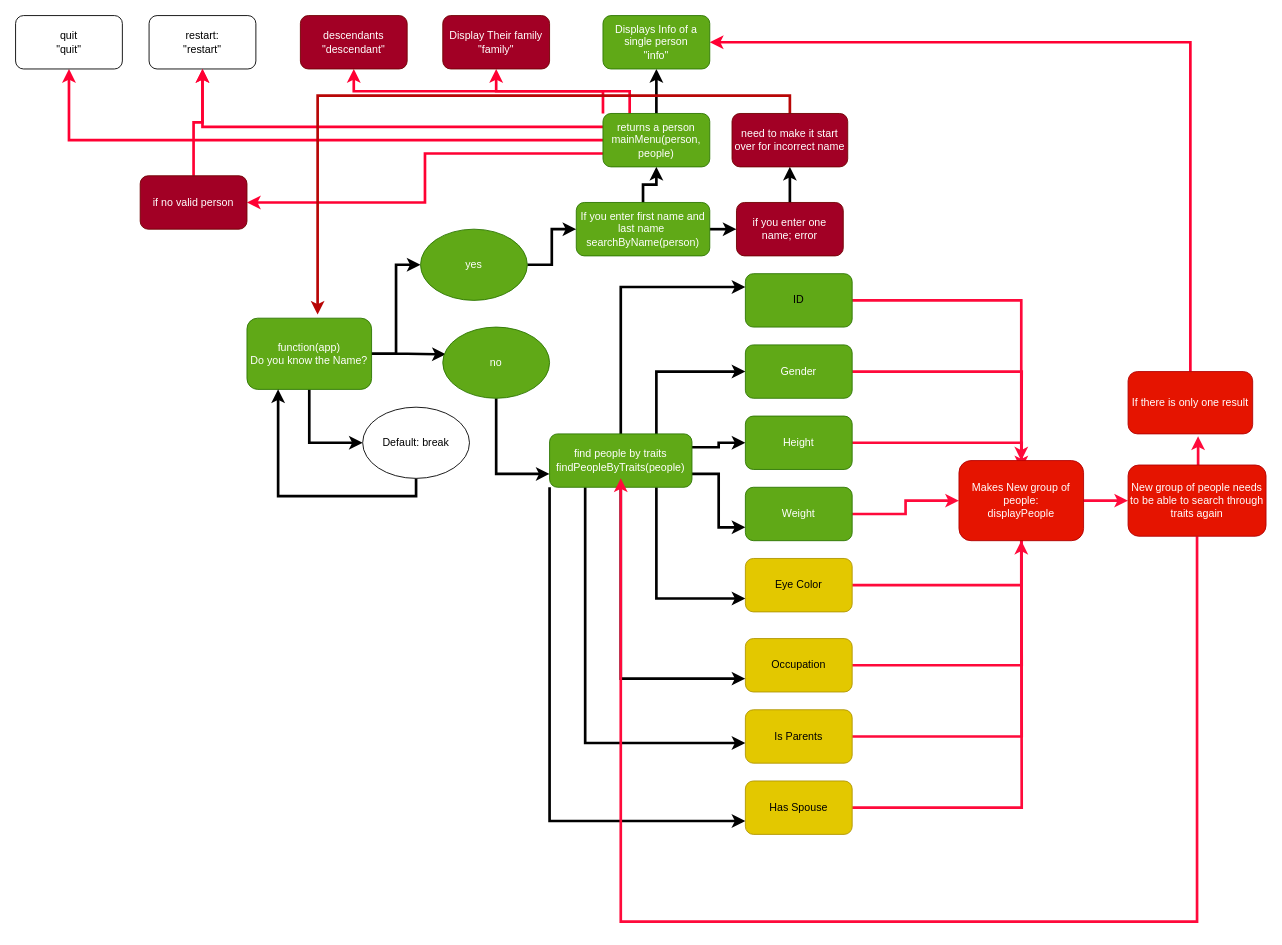
MichaelBHerman/MostWanted keeps this draw.io diagram as App Map.drawio. Above is the earlier version. Source tidied: cells renumbered, new cells numbered last; positions are measured from the earlier drawing's top-left corner, leaving out a move shared by most shapes. Both pictures are drawn from the tidied source at 89%, with x=0, y=0 at pixel (15, 15).
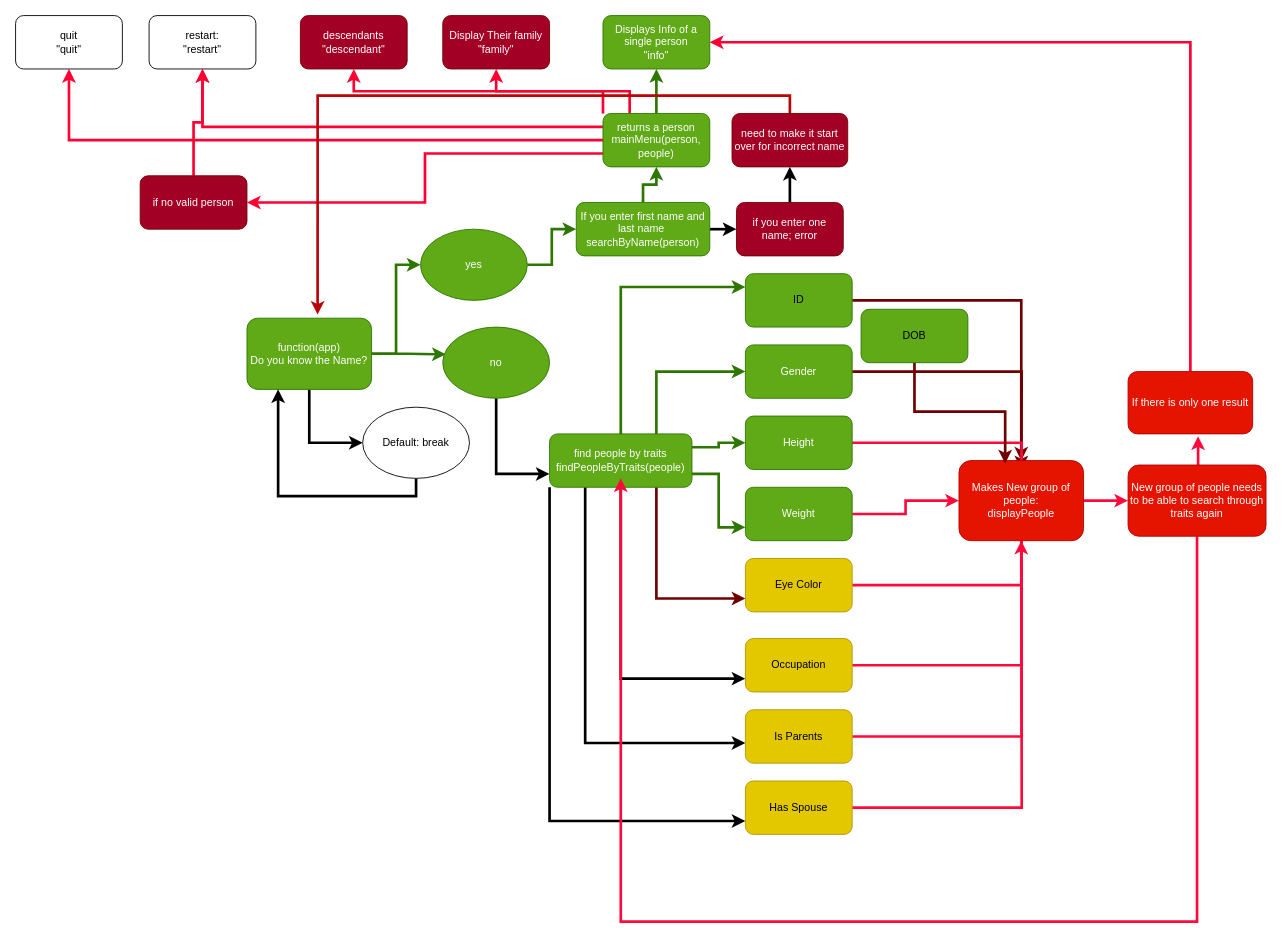
The same page after the edit.

Unchanged cells that the change refers to:
```xml
<mxCell id="5" value="function(app)&lt;br&gt;Do you know the Name?" style="rounded=1;whiteSpace=wrap;html=1;fillColor=#60a917;strokeColor=#2D7600;fontColor=#ffffff;" parent="1" vertex="1">
  <mxGeometry x="260" y="340" width="140" height="80" as="geometry" />
</mxCell>
<mxCell id="7" value="yes" style="ellipse;whiteSpace=wrap;html=1;fillColor=#60a917;strokeColor=#2D7600;fontColor=#ffffff;" parent="1" vertex="1">
  <mxGeometry x="455" y="240" width="120" height="80" as="geometry" />
</mxCell>
<mxCell id="9" value="no" style="ellipse;whiteSpace=wrap;html=1;fillColor=#60a917;strokeColor=#2D7600;fontColor=#ffffff;" parent="1" vertex="1">
  <mxGeometry x="480" y="350" width="120" height="80" as="geometry" />
</mxCell>
<mxCell id="20" value="find people by traits&lt;br&gt;findPeopleByTraits(people)" style="rounded=1;whiteSpace=wrap;html=1;fillColor=#60a917;strokeColor=#2D7600;fontColor=#ffffff;" parent="1" vertex="1">
  <mxGeometry x="600" y="470" width="160" height="60" as="geometry" />
</mxCell>
<mxCell id="23" value="If you enter first name and last name&amp;nbsp;&lt;br&gt;searchByName(person)" style="rounded=1;whiteSpace=wrap;html=1;fillColor=#60a917;strokeColor=#2D7600;fontColor=#ffffff;" parent="1" vertex="1">
  <mxGeometry x="630" y="210" width="150" height="60" as="geometry" />
</mxCell>
<mxCell id="30" value="returns a person&lt;br&gt;mainMenu(person, people)" style="rounded=1;whiteSpace=wrap;html=1;fillColor=#60a917;strokeColor=#2D7600;fontColor=#ffffff;" parent="1" vertex="1">
  <mxGeometry x="660" y="110" width="120" height="60" as="geometry" />
</mxCell>
<mxCell id="36" value="&lt;font color=&quot;#000000&quot;&gt;ID&lt;/font&gt;" style="rounded=1;whiteSpace=wrap;html=1;fillColor=#60a917;strokeColor=#2D7600;fontColor=#ffffff;" parent="1" vertex="1">
  <mxGeometry x="820" y="290" width="120" height="60" as="geometry" />
</mxCell>
<mxCell id="38" value="Gender" style="rounded=1;whiteSpace=wrap;html=1;fillColor=#60a917;strokeColor=#2D7600;fontColor=#ffffff;" parent="1" vertex="1">
  <mxGeometry x="820" y="370" width="120" height="60" as="geometry" />
</mxCell>
<mxCell id="40" value="&lt;font&gt;Height&lt;/font&gt;" style="rounded=1;whiteSpace=wrap;html=1;strokeColor=#2D7600;fillColor=#60a917;fontColor=#ffffff;" parent="1" vertex="1">
  <mxGeometry x="820" y="450" width="120" height="60" as="geometry" />
</mxCell>
<mxCell id="42" value="&lt;font&gt;Weight&lt;/font&gt;" style="rounded=1;whiteSpace=wrap;html=1;strokeColor=#2D7600;fillColor=#60a917;fontColor=#ffffff;" parent="1" vertex="1">
  <mxGeometry x="820" y="530" width="120" height="60" as="geometry" />
</mxCell>
<mxCell id="44" value="&lt;font color=&quot;#000000&quot;&gt;Eye Color&lt;/font&gt;" style="rounded=1;whiteSpace=wrap;html=1;fillColor=#e3c800;strokeColor=#B09500;fontColor=#000000;" parent="1" vertex="1">
  <mxGeometry x="820" y="610" width="120" height="60" as="geometry" />
</mxCell>
<mxCell id="52" value="Makes New group of people:&lt;br&gt;displayPeople" style="rounded=1;whiteSpace=wrap;html=1;fillColor=#e51400;strokeColor=#B20000;fontColor=#ffffff;" parent="1" vertex="1">
  <mxGeometry x="1060" y="500" width="140" height="90" as="geometry" />
</mxCell>
<mxCell id="58" value="Displays Info of a single person&lt;br&gt;&quot;info&quot;" style="rounded=1;whiteSpace=wrap;html=1;fillColor=#60a917;strokeColor=#2D7600;fontColor=#ffffff;" parent="1" vertex="1">
  <mxGeometry x="660" width="120" height="60" as="geometry" />
</mxCell>
```

What changed in the source:
```diff
@@
-    <mxCell id="2" style="edgeStyle=orthogonalEdgeStyle;rounded=0;jettySize=auto;html=1;exitX=1;exitY=0.5;exitDx=0;exitDy=0;entryX=0.028;entryY=0.383;entryDx=0;entryDy=0;entryPerimeter=0;strokeWidth=3;" parent="1" edge="1" source="5" target="9">
+    <mxCell id="2" style="edgeStyle=orthogonalEdgeStyle;rounded=0;jettySize=auto;html=1;exitX=1;exitY=0.5;exitDx=0;exitDy=0;entryX=0.028;entryY=0.383;entryDx=0;entryDy=0;entryPerimeter=0;strokeWidth=3;fillColor=#60a917;strokeColor=#2D7600;" parent="1" edge="1" source="5" target="9">
       <mxGeometry relative="1" as="geometry" />
     </mxCell>
@@
-    <mxCell id="4" style="edgeStyle=orthogonalEdgeStyle;rounded=0;jettySize=auto;html=1;exitX=1;exitY=0.5;exitDx=0;exitDy=0;entryX=0;entryY=0.5;entryDx=0;entryDy=0;strokeColor=#000000;strokeWidth=3;" parent="1" edge="1" source="5" target="7">
+    <mxCell id="4" style="edgeStyle=orthogonalEdgeStyle;rounded=0;jettySize=auto;html=1;exitX=1;exitY=0.5;exitDx=0;exitDy=0;entryX=0;entryY=0.5;entryDx=0;entryDy=0;strokeColor=#2D7600;strokeWidth=3;fillColor=#60a917;" parent="1" edge="1" source="5" target="7">
       <mxGeometry relative="1" as="geometry" />
     </mxCell>
@@
-    <mxCell id="6" style="edgeStyle=orthogonalEdgeStyle;rounded=0;jettySize=auto;html=1;strokeWidth=3;" parent="1" edge="1" source="7" target="23">
+    <mxCell id="6" style="edgeStyle=orthogonalEdgeStyle;rounded=0;jettySize=auto;html=1;strokeWidth=3;fillColor=#60a917;strokeColor=#2D7600;" parent="1" edge="1" source="7" target="23">
       <mxGeometry relative="1" as="geometry" />
     </mxCell>
@@
-    <mxCell id="15" style="edgeStyle=orthogonalEdgeStyle;rounded=0;jettySize=auto;html=1;exitX=0.75;exitY=1;exitDx=0;exitDy=0;entryX=0;entryY=0.75;entryDx=0;entryDy=0;strokeColor=#000000;strokeWidth=3;" parent="1" edge="1" source="20" target="44">
+    <mxCell id="15" style="edgeStyle=orthogonalEdgeStyle;rounded=0;jettySize=auto;html=1;exitX=0.75;exitY=1;exitDx=0;exitDy=0;entryX=0;entryY=0.75;entryDx=0;entryDy=0;strokeColor=#6F0000;strokeWidth=3;fillColor=#a20025;" parent="1" edge="1" source="20" target="44">
       <mxGeometry relative="1" as="geometry" />
     </mxCell>
-    <mxCell id="16" style="edgeStyle=orthogonalEdgeStyle;rounded=0;jettySize=auto;html=1;exitX=1;exitY=0.75;exitDx=0;exitDy=0;entryX=0;entryY=0.75;entryDx=0;entryDy=0;strokeColor=#000000;strokeWidth=3;" parent="1" edge="1" source="20" target="42">
+    <mxCell id="16" style="edgeStyle=orthogonalEdgeStyle;rounded=0;jettySize=auto;html=1;exitX=1;exitY=0.75;exitDx=0;exitDy=0;entryX=0;entryY=0.75;entryDx=0;entryDy=0;strokeColor=#2D7600;strokeWidth=3;fillColor=#60a917;" parent="1" edge="1" source="20" target="42">
       <mxGeometry relative="1" as="geometry" />
     </mxCell>
-    <mxCell id="17" style="edgeStyle=orthogonalEdgeStyle;rounded=0;jettySize=auto;html=1;exitX=1;exitY=0.25;exitDx=0;exitDy=0;strokeColor=#000000;strokeWidth=3;" parent="1" edge="1" source="20" target="40">
+    <mxCell id="17" style="edgeStyle=orthogonalEdgeStyle;rounded=0;jettySize=auto;html=1;exitX=1;exitY=0.25;exitDx=0;exitDy=0;strokeColor=#2D7600;strokeWidth=3;fillColor=#60a917;" parent="1" edge="1" source="20" target="40">
       <mxGeometry relative="1" as="geometry" />
     </mxCell>
-    <mxCell id="18" style="edgeStyle=orthogonalEdgeStyle;rounded=0;jettySize=auto;html=1;exitX=0.75;exitY=0;exitDx=0;exitDy=0;entryX=0;entryY=0.5;entryDx=0;entryDy=0;strokeColor=#000000;strokeWidth=3;" parent="1" edge="1" source="20" target="38">
+    <mxCell id="18" style="edgeStyle=orthogonalEdgeStyle;rounded=0;jettySize=auto;html=1;exitX=0.75;exitY=0;exitDx=0;exitDy=0;entryX=0;entryY=0.5;entryDx=0;entryDy=0;strokeColor=#2D7600;strokeWidth=3;fillColor=#60a917;" parent="1" edge="1" source="20" target="38">
       <mxGeometry relative="1" as="geometry" />
     </mxCell>
-    <mxCell id="19" style="edgeStyle=orthogonalEdgeStyle;rounded=0;jettySize=auto;html=1;exitX=0.5;exitY=0;exitDx=0;exitDy=0;entryX=0;entryY=0.25;entryDx=0;entryDy=0;strokeColor=#000000;strokeWidth=3;" parent="1" edge="1" source="20" target="36">
+    <mxCell id="19" style="edgeStyle=orthogonalEdgeStyle;rounded=0;jettySize=auto;html=1;exitX=0.5;exitY=0;exitDx=0;exitDy=0;entryX=0;entryY=0.25;entryDx=0;entryDy=0;strokeColor=#2D7600;strokeWidth=3;fillColor=#60a917;" parent="1" edge="1" source="20" target="36">
       <mxGeometry relative="1" as="geometry" />
     </mxCell>
@@
-    <mxCell id="22" style="edgeStyle=orthogonalEdgeStyle;rounded=0;jettySize=auto;html=1;exitX=0.5;exitY=0;exitDx=0;exitDy=0;entryX=0.5;entryY=1;entryDx=0;entryDy=0;strokeWidth=3;" parent="1" edge="1" source="23" target="30">
+    <mxCell id="22" style="edgeStyle=orthogonalEdgeStyle;rounded=0;jettySize=auto;html=1;exitX=0.5;exitY=0;exitDx=0;exitDy=0;entryX=0.5;entryY=1;entryDx=0;entryDy=0;strokeWidth=3;fillColor=#60a917;strokeColor=#2D7600;" parent="1" edge="1" source="23" target="30">
       <mxGeometry relative="1" as="geometry" />
     </mxCell>
@@
-    <mxCell id="24" style="edgeStyle=orthogonalEdgeStyle;rounded=0;jettySize=auto;html=1;exitX=0.5;exitY=0;exitDx=0;exitDy=0;strokeWidth=3;" parent="1" edge="1" source="30" target="58">
+    <mxCell id="24" style="edgeStyle=orthogonalEdgeStyle;rounded=0;jettySize=auto;html=1;exitX=0.5;exitY=0;exitDx=0;exitDy=0;strokeWidth=3;fillColor=#60a917;strokeColor=#2D7600;" parent="1" edge="1" source="30" target="58">
       <mxGeometry relative="1" as="geometry" />
     </mxCell>
@@
-    <mxCell id="35" style="edgeStyle=orthogonalEdgeStyle;rounded=0;jettySize=auto;html=1;exitX=1;exitY=0.5;exitDx=0;exitDy=0;entryX=0.5;entryY=0;entryDx=0;entryDy=0;strokeWidth=3;strokeColor=#FF0A3B;" parent="1" edge="1" source="36" target="52">
+    <mxCell id="35" style="edgeStyle=orthogonalEdgeStyle;rounded=0;jettySize=auto;html=1;exitX=1;exitY=0.5;exitDx=0;exitDy=0;entryX=0.5;entryY=0;entryDx=0;entryDy=0;strokeWidth=3;fillColor=#a20025;strokeColor=#6F0000;" parent="1" edge="1" source="36" target="52">
       <mxGeometry relative="1" as="geometry" />
     </mxCell>
@@
-    <mxCell id="37" style="edgeStyle=orthogonalEdgeStyle;rounded=0;jettySize=auto;html=1;exitX=1;exitY=0.5;exitDx=0;exitDy=0;strokeColor=#FF0A3B;strokeWidth=3;" parent="1" edge="1" source="38">
+    <mxCell id="37" style="edgeStyle=orthogonalEdgeStyle;rounded=0;jettySize=auto;html=1;exitX=1;exitY=0.5;exitDx=0;exitDy=0;strokeWidth=3;fillColor=#a20025;strokeColor=#6F0000;" parent="1" edge="1" source="38">
       <mxGeometry relative="1" as="geometry">
         <mxPoint x="1130" y="510" as="targetPoint" />
       </mxGeometry>
     </mxCell>
@@
+    <mxCell id="65" style="edgeStyle=orthogonalEdgeStyle;rounded=0;jettySize=auto;html=1;entryX=0.371;entryY=0.037;entryDx=0;entryDy=0;entryPerimeter=0;fontColor=#FFFFFF;strokeWidth=3;fillColor=#a20025;strokeColor=#6F0000;" parent="1" edge="1" source="66" target="52">
+      <mxGeometry relative="1" as="geometry" />
+    </mxCell>
+    <mxCell id="66" value="&lt;font color=&quot;#000000&quot;&gt;DOB&lt;/font&gt;" style="rounded=1;whiteSpace=wrap;html=1;fillColor=#60a917;strokeColor=#2D7600;fontColor=#ffffff;" parent="1" vertex="1">
+      <mxGeometry x="950" y="330" width="120" height="60" as="geometry" />
+    </mxCell>
```
